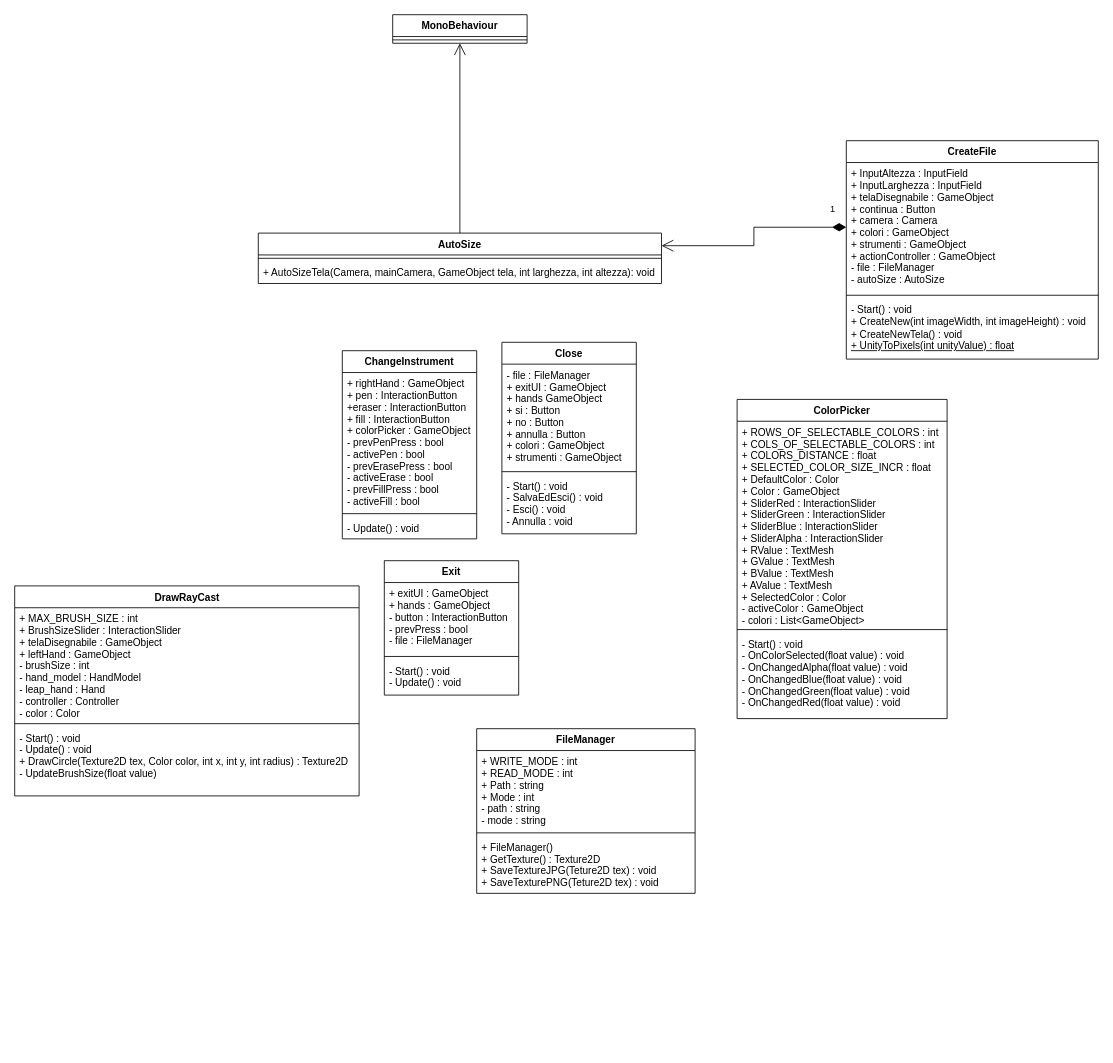
The draw.io diagram Documentazione/ClassDiagram.drawio in LuMug/VirtualPainter, before the edit. Source tidied: cells renumbered, new cells numbered last; positions are measured from the earlier drawing's top-left corner, leaving out a move shared by most shapes. Both pictures are drawn from the tidied source at 84%, with x=0, y=0 at pixel (14, 14).
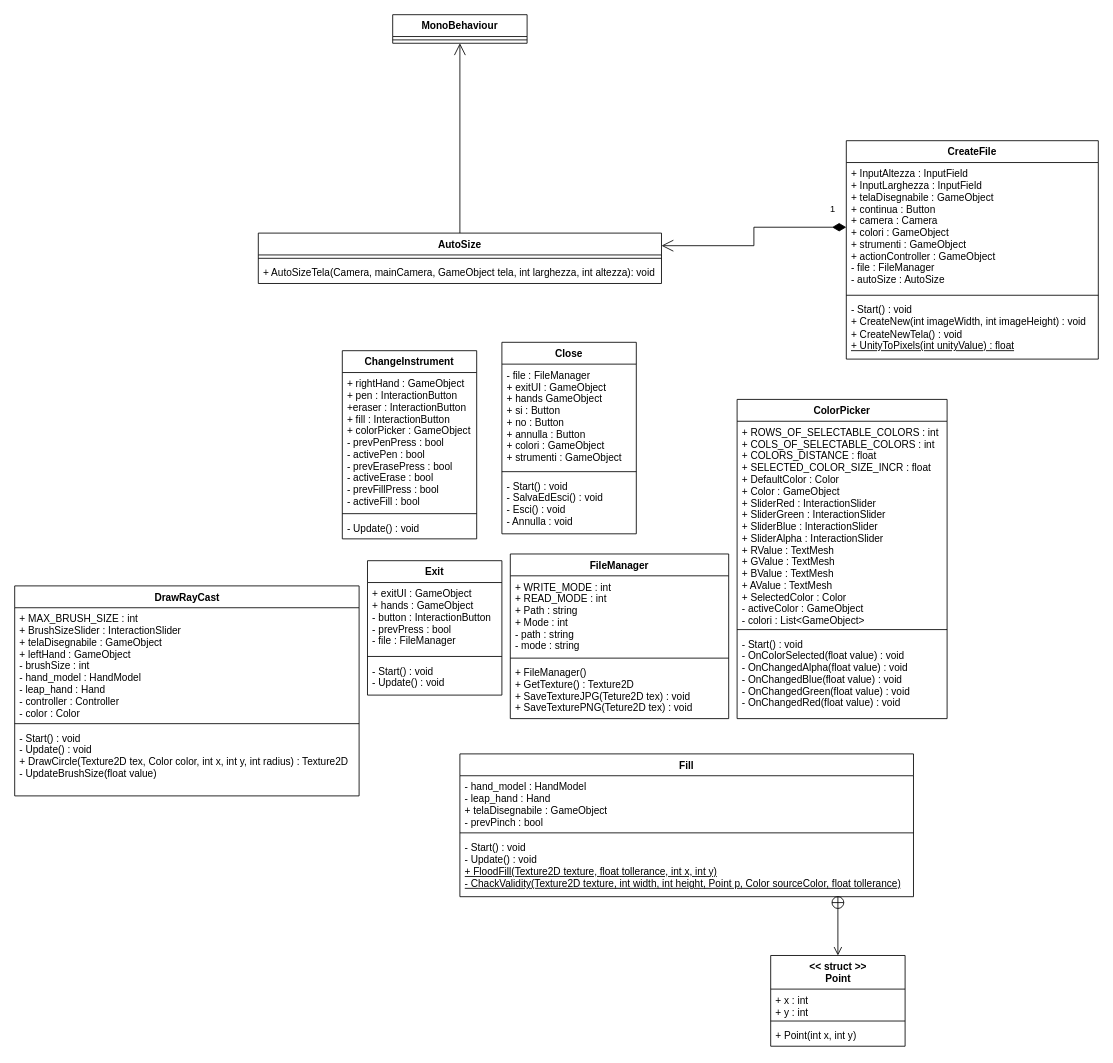
After the change.

Commit message:
Update ClassDiagram.drawio Fill UML

Diff of the diagram source:
```diff
@@
     <mxCell id="29" value="Exit" style="swimlane;fontStyle=1;align=center;verticalAlign=top;horizontal=1;startSize=26;" parent="1" vertex="1">
-      <mxGeometry x="440" y="650" width="160" height="160" as="geometry" />
+      <mxGeometry x="420" y="650" width="160" height="160" as="geometry" />
     </mxCell>
@@
     <mxCell id="33" value="FileManager" style="swimlane;fontStyle=1;align=center;verticalAlign=top;horizontal=1;startSize=26;" parent="1" vertex="1">
-      <mxGeometry x="550" y="850" width="260" height="196" as="geometry" />
+      <mxGeometry x="590" y="642" width="260" height="196" as="geometry" />
     </mxCell>
@@
+    <mxCell id="37" value="Fill" style="swimlane;fontStyle=1;align=center;verticalAlign=top;horizontal=1;startSize=26;" parent="1" vertex="1">
+      <mxGeometry x="530" y="880" width="540" height="170" as="geometry" />
+    </mxCell>
+    <mxCell id="38" value="- hand_model : HandModel&#10;- leap_hand : Hand&#10;+ telaDisegnabile : GameObject&#10;- prevPinch : bool" style="text;strokeColor=none;fillColor=none;align=left;verticalAlign=top;spacingLeft=4;spacingRight=4;overflow=hidden;" parent="37" vertex="1">
+      <mxGeometry y="26" width="540" height="64" as="geometry" />
+    </mxCell>
+    <mxCell id="39" style="line;strokeWidth=1;fillColor=none;align=left;verticalAlign=middle;spacingTop=-1;spacingLeft=3;spacingRight=3;labelPosition=right;" parent="37" vertex="1">
+      <mxGeometry y="90" width="540" height="8" as="geometry" />
+    </mxCell>
+    <mxCell id="40" value="- Start() : void&lt;br&gt;- Update() : void&lt;br&gt;&lt;u&gt;+ FloodFill(Texture2D texture, float tollerance, int x, int y)&lt;/u&gt;&lt;u&gt;&lt;br&gt;- ChackValidity(Texture2D texture, int width, int height, Point p, Color sourceColor, float tollerance)&lt;/u&gt;&lt;u&gt;&lt;br&gt;&lt;/u&gt;" style="text;strokeColor=none;fillColor=none;align=left;verticalAlign=top;spacingLeft=4;spacingRight=4;overflow=hidden;html=1;" parent="37" vertex="1">
+      <mxGeometry y="98" width="540" height="72" as="geometry" />
+    </mxCell>
+    <mxCell id="41" value="&amp;lt;&amp;lt; struct &amp;gt;&amp;gt;&lt;br&gt;Point" style="swimlane;fontStyle=1;align=center;verticalAlign=top;horizontal=1;startSize=40;html=1;" parent="1" vertex="1">
+      <mxGeometry x="900" y="1120" width="160" height="108" as="geometry" />
+    </mxCell>
+    <mxCell id="42" value="+ x : int&#10;+ y : int" style="text;strokeColor=none;fillColor=none;align=left;verticalAlign=top;spacingLeft=4;spacingRight=4;overflow=hidden;" parent="41" vertex="1">
+      <mxGeometry y="40" width="160" height="34" as="geometry" />
+    </mxCell>
+    <mxCell id="43" style="line;strokeWidth=1;fillColor=none;align=left;verticalAlign=middle;spacingTop=-1;spacingLeft=3;spacingRight=3;labelPosition=right;" parent="41" vertex="1">
+      <mxGeometry y="74" width="160" height="8" as="geometry" />
+    </mxCell>
+    <mxCell id="44" value="+ Point(int x, int y)&lt;br&gt;&lt;u&gt;&lt;br&gt;&lt;/u&gt;" style="text;strokeColor=none;fillColor=none;align=left;verticalAlign=top;spacingLeft=4;spacingRight=4;overflow=hidden;html=1;" parent="41" vertex="1">
+      <mxGeometry y="82" width="160" height="26" as="geometry" />
+    </mxCell>
+    <mxCell id="45" style="endArrow=open;startArrow=circlePlus;endFill=0;startFill=0;endSize=8;html=1;entryX=0.5;entryY=0;entryDx=0;entryDy=0;entryPerimeter=0;" parent="1" edge="1" target="41">
+      <mxGeometry relative="1" as="geometry">
+        <mxPoint x="980" y="1049" as="sourcePoint" />
+      </mxGeometry>
+    </mxCell>
```
